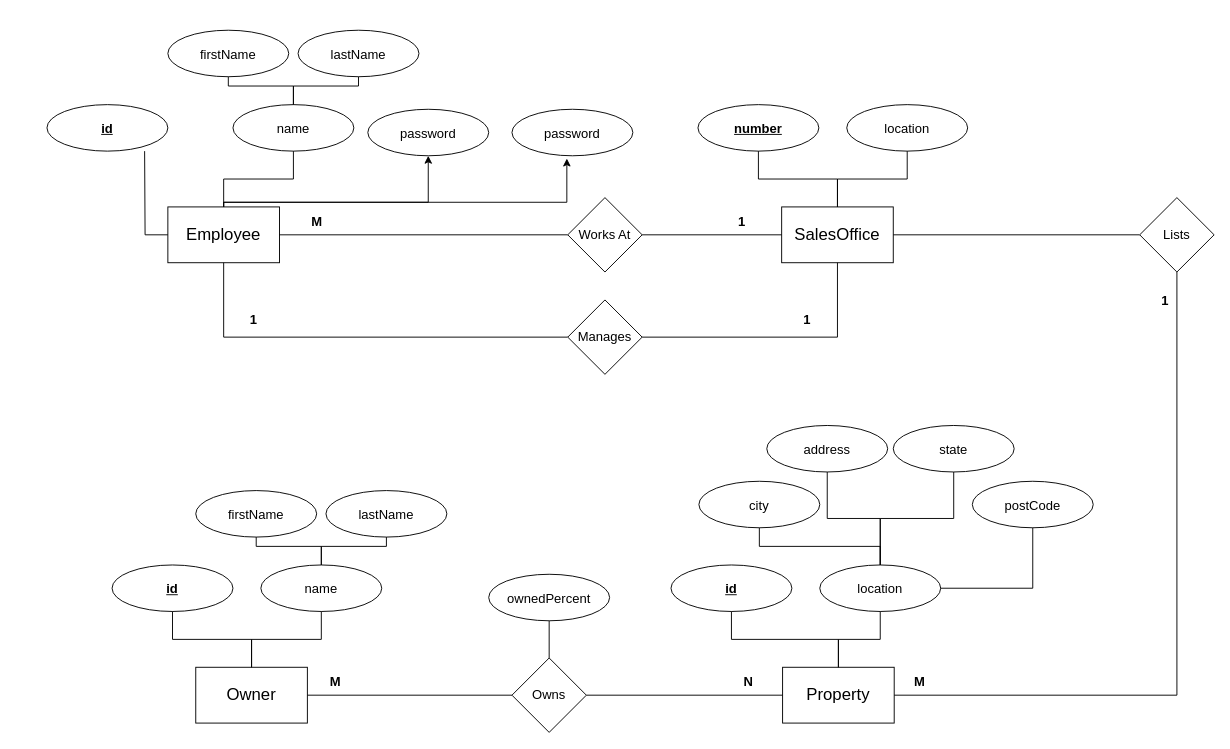
Earlier version of the draw.io diagram page "Erd" (1 of 2) of diagrams/Beyti Database Modelling.drawio (ahmedelraei/beyti). Source tidied: cells renumbered, new cells numbered last; positions are measured from the earlier drawing's top-left corner, leaving out a move shared by most shapes. Both pictures are drawn from the tidied source at 93%, with x=0, y=0 at pixel (16, 16).
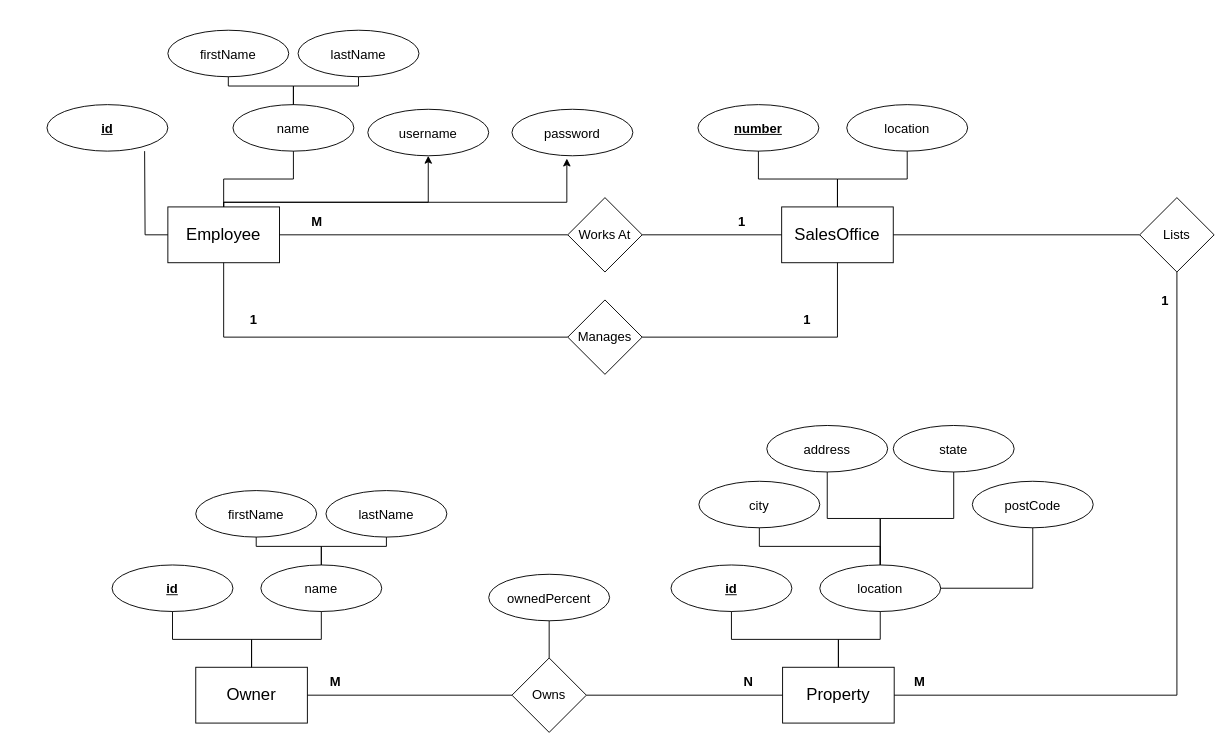
After the change.

Diff of the diagram source:
```diff
@@
-    <mxCell id="64" value="&lt;span style=&quot;font-size: 14px;&quot;&gt;password&lt;/span&gt;" style="ellipse;whiteSpace=wrap;html=1;fontSize=18;" parent="1" vertex="1">
+    <mxCell id="64" value="&lt;span style=&quot;font-size: 14px;&quot;&gt;username&lt;/span&gt;" style="ellipse;whiteSpace=wrap;html=1;fontSize=18;" parent="1" vertex="1">
       <mxGeometry x="378" y="100" width="130" height="50" as="geometry" />
     </mxCell>
```
